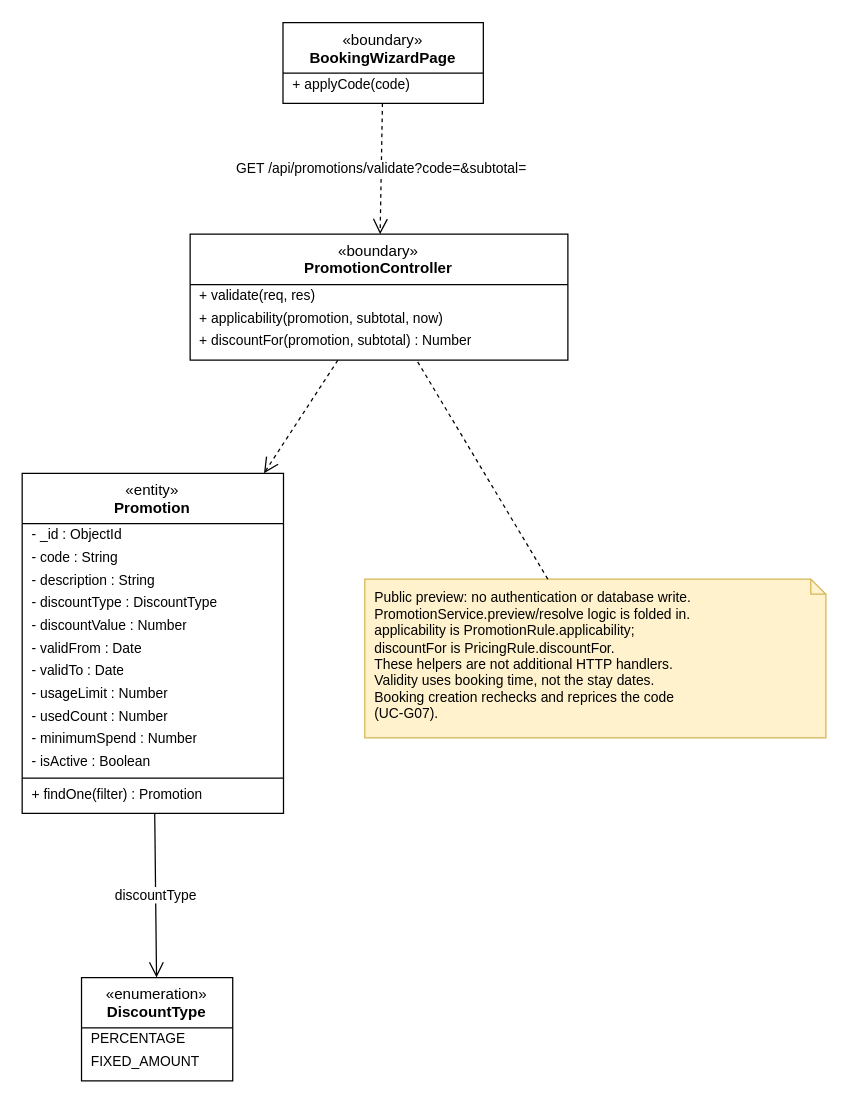
The draw.io diagram final/diagrams/M1_Inventory-And-Pricing_Diagrams/class_diagrams/CD-04_UC-G11_ApplyDiscountCode.drawio in toikobi401/SWD392, before the edit. Source tidied: cells renumbered, new cells numbered last; positions are measured from the earlier drawing's top-left corner, leaving out a move shared by most shapes. Both pictures are drawn from the tidied source at 126%, with x=0, y=0 at pixel (21, 21).
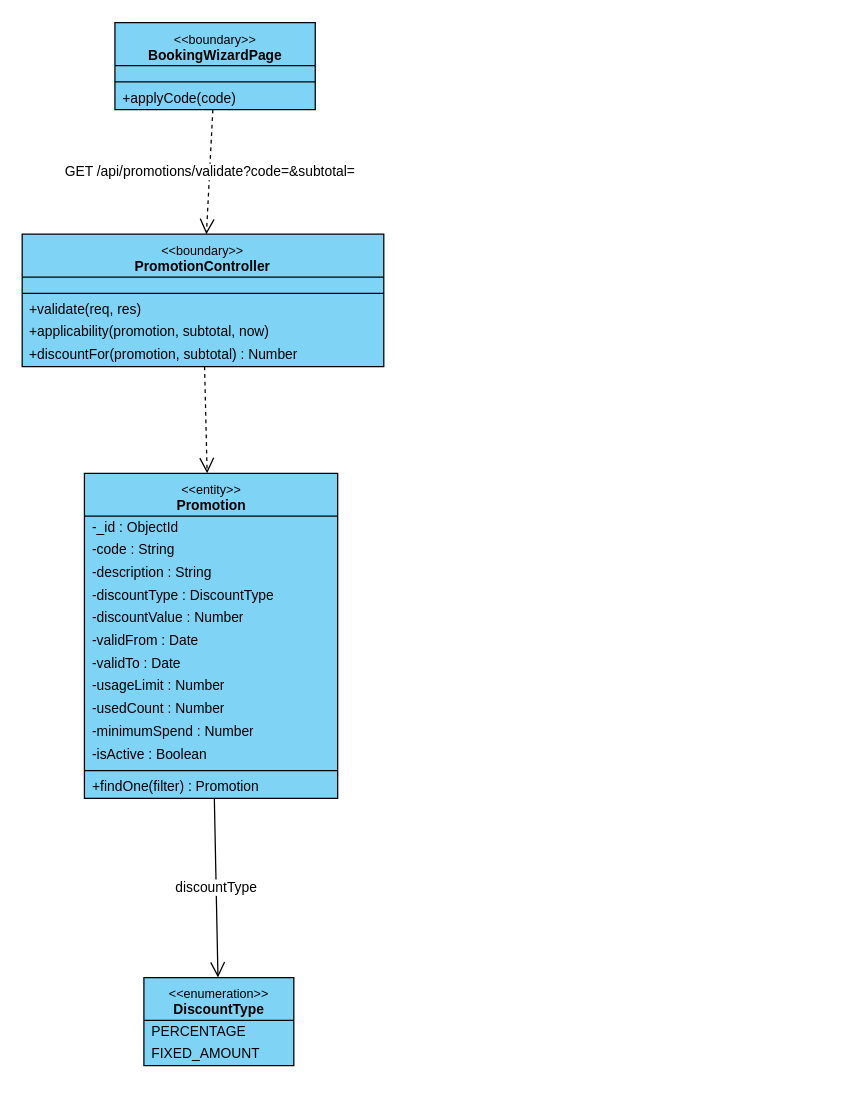
Above is the later version.

The edit, as a diff of the source:
```diff
@@
-    <mxCell id="2" value="«boundary»&lt;br&gt;&lt;b&gt;BookingWizardPage&lt;/b&gt;" style="swimlane;fontStyle=0;align=center;verticalAlign=top;horizontal=1;startSize=40;html=1;whiteSpace=wrap;fontSize=12;" parent="1" vertex="1">
-      <mxGeometry x="207.1" y="0.5" width="159" height="64" as="geometry" />
+    <mxCell id="2" value="&lt;font style=&quot;font-size:10px&quot;&gt;&amp;lt;&amp;lt;boundary&amp;gt;&amp;gt;&lt;/font&gt;&lt;br&gt;&lt;b&gt;BookingWizardPage&lt;/b&gt;" style="swimlane;fontStyle=0;align=center;verticalAlign=top;horizontal=1;startSize=34;html=1;whiteSpace=wrap;fontSize=11;fillColor=#7fd3f5;swimlaneFillColor=#7fd3f5;strokeColor=#000000;" parent="1" vertex="1">
+      <mxGeometry x="73.7" y="0.5" width="159" height="69" as="geometry" />
     </mxCell>
+    <mxCell id="30" style="text;strokeColor=none;fillColor=none;html=1;" parent="2" vertex="1">
+      <mxGeometry y="34" width="159" height="9" as="geometry" />
+    </mxCell>
+    <mxCell id="31" style="line;strokeWidth=1;fillColor=none;align=left;verticalAlign=middle;spacingTop=-1;spacingLeft=3;spacingRight=3;labelPosition=right;strokeColor=#000000;" parent="2" vertex="1">
+      <mxGeometry y="43" width="159" height="8" as="geometry" />
+    </mxCell>
-    <mxCell id="3" value="+ applyCode(code)" style="text;strokeColor=none;fillColor=none;align=left;verticalAlign=middle;spacingLeft=6;spacingRight=4;overflow=hidden;whiteSpace=nowrap;html=1;fontSize=11;" parent="2" vertex="1">
-      <mxGeometry y="40" width="159" height="18" as="geometry" />
+    <mxCell id="3" value="+applyCode(code)" style="text;strokeColor=none;fillColor=none;align=left;verticalAlign=middle;spacingLeft=4;spacingRight=4;overflow=hidden;whiteSpace=nowrap;html=1;fontSize=11;" parent="2" vertex="1">
+      <mxGeometry y="51" width="159" height="18" as="geometry" />
     </mxCell>
-    <mxCell id="4" value="«boundary»&lt;br&gt;&lt;b&gt;PromotionController&lt;/b&gt;" style="swimlane;fontStyle=0;align=center;verticalAlign=top;horizontal=1;startSize=40;html=1;whiteSpace=wrap;fontSize=12;" parent="1" vertex="1">
-      <mxGeometry x="133.4" y="168.4" width="299.8" height="100" as="geometry" />
+    <mxCell id="4" value="&lt;font style=&quot;font-size:10px&quot;&gt;&amp;lt;&amp;lt;boundary&amp;gt;&amp;gt;&lt;/font&gt;&lt;br&gt;&lt;b&gt;PromotionController&lt;/b&gt;" style="swimlane;fontStyle=0;align=center;verticalAlign=top;horizontal=1;startSize=34;html=1;whiteSpace=wrap;fontSize=11;fillColor=#7fd3f5;swimlaneFillColor=#7fd3f5;strokeColor=#000000;" parent="1" vertex="1">
+      <mxGeometry x="0.1" y="168.4" width="287" height="105" as="geometry" />
     </mxCell>
+    <mxCell id="32" style="text;strokeColor=none;fillColor=none;html=1;" parent="4" vertex="1">
+      <mxGeometry y="34" width="287" height="9" as="geometry" />
+    </mxCell>
+    <mxCell id="33" style="line;strokeWidth=1;fillColor=none;align=left;verticalAlign=middle;spacingTop=-1;spacingLeft=3;spacingRight=3;labelPosition=right;strokeColor=#000000;" parent="4" vertex="1">
+      <mxGeometry y="43" width="287" height="8" as="geometry" />
+    </mxCell>
-    <mxCell id="5" value="+ validate(req, res)" style="text;strokeColor=none;fillColor=none;align=left;verticalAlign=middle;spacingLeft=6;spacingRight=4;overflow=hidden;whiteSpace=nowrap;html=1;fontSize=11;" parent="4" vertex="1">
-      <mxGeometry y="40" width="299.8" height="18" as="geometry" />
+    <mxCell id="5" value="+validate(req, res)" style="text;strokeColor=none;fillColor=none;align=left;verticalAlign=middle;spacingLeft=4;spacingRight=4;overflow=hidden;whiteSpace=nowrap;html=1;fontSize=11;" parent="4" vertex="1">
+      <mxGeometry y="51" width="287" height="18" as="geometry" />
     </mxCell>
-    <mxCell id="6" value="+ applicability(promotion, subtotal, now)" style="text;strokeColor=none;fillColor=none;align=left;verticalAlign=middle;spacingLeft=6;spacingRight=4;overflow=hidden;whiteSpace=nowrap;html=1;fontSize=11;" parent="4" vertex="1">
-      <mxGeometry y="58" width="299.8" height="18" as="geometry" />
+    <mxCell id="6" value="+applicability(promotion, subtotal, now)" style="text;strokeColor=none;fillColor=none;align=left;verticalAlign=middle;spacingLeft=4;spacingRight=4;overflow=hidden;whiteSpace=nowrap;html=1;fontSize=11;" parent="4" vertex="1">
+      <mxGeometry y="69" width="287" height="18" as="geometry" />
     </mxCell>
-    <mxCell id="7" value="+ discountFor(promotion, subtotal) : Number" style="text;strokeColor=none;fillColor=none;align=left;verticalAlign=middle;spacingLeft=6;spacingRight=4;overflow=hidden;whiteSpace=nowrap;html=1;fontSize=11;" parent="4" vertex="1">
-      <mxGeometry y="76" width="299.8" height="18" as="geometry" />
+    <mxCell id="7" value="+discountFor(promotion, subtotal) : Number" style="text;strokeColor=none;fillColor=none;align=left;verticalAlign=middle;spacingLeft=4;spacingRight=4;overflow=hidden;whiteSpace=nowrap;html=1;fontSize=11;" parent="4" vertex="1">
+      <mxGeometry y="87" width="287" height="18" as="geometry" />
     </mxCell>
-    <mxCell id="8" value="«entity»&lt;br&gt;&lt;b&gt;Promotion&lt;/b&gt;" style="swimlane;fontStyle=0;align=center;verticalAlign=top;horizontal=1;startSize=40;html=1;whiteSpace=wrap;fontSize=12;" parent="1" vertex="1">
-      <mxGeometry x="0.1" y="358.1" width="207.4" height="270" as="geometry" />
+    <mxCell id="8" value="&lt;font style=&quot;font-size:10px&quot;&gt;&amp;lt;&amp;lt;entity&amp;gt;&amp;gt;&lt;/font&gt;&lt;br&gt;&lt;b&gt;Promotion&lt;/b&gt;" style="swimlane;fontStyle=0;align=center;verticalAlign=top;horizontal=1;startSize=34;html=1;whiteSpace=wrap;fontSize=11;fillColor=#7fd3f5;swimlaneFillColor=#7fd3f5;strokeColor=#000000;" parent="1" vertex="1">
+      <mxGeometry x="49.5" y="358.1" width="201" height="258" as="geometry" />
     </mxCell>
-    <mxCell id="9" value="- _id : ObjectId" style="text;strokeColor=none;fillColor=none;align=left;verticalAlign=middle;spacingLeft=6;spacingRight=4;overflow=hidden;whiteSpace=nowrap;html=1;fontSize=11;" parent="8" vertex="1">
-      <mxGeometry y="40" width="207.4" height="18" as="geometry" />
+    <mxCell id="9" value="-_id : ObjectId" style="text;strokeColor=none;fillColor=none;align=left;verticalAlign=middle;spacingLeft=4;spacingRight=4;overflow=hidden;whiteSpace=nowrap;html=1;fontSize=11;" parent="8" vertex="1">
+      <mxGeometry y="34" width="201" height="18" as="geometry" />
     </mxCell>
-    <mxCell id="10" value="- code : String" style="text;strokeColor=none;fillColor=none;align=left;verticalAlign=middle;spacingLeft=6;spacingRight=4;overflow=hidden;whiteSpace=nowrap;html=1;fontSize=11;" parent="8" vertex="1">
-      <mxGeometry y="58" width="207.4" height="18" as="geometry" />
+    <mxCell id="10" value="-code : String" style="text;strokeColor=none;fillColor=none;align=left;verticalAlign=middle;spacingLeft=4;spacingRight=4;overflow=hidden;whiteSpace=nowrap;html=1;fontSize=11;" parent="8" vertex="1">
+      <mxGeometry y="52" width="201" height="18" as="geometry" />
     </mxCell>
-    <mxCell id="11" value="- description : String" style="text;strokeColor=none;fillColor=none;align=left;verticalAlign=middle;spacingLeft=6;spacingRight=4;overflow=hidden;whiteSpace=nowrap;html=1;fontSize=11;" parent="8" vertex="1">
-      <mxGeometry y="76" width="207.4" height="18" as="geometry" />
+    <mxCell id="11" value="-description : String" style="text;strokeColor=none;fillColor=none;align=left;verticalAlign=middle;spacingLeft=4;spacingRight=4;overflow=hidden;whiteSpace=nowrap;html=1;fontSize=11;" parent="8" vertex="1">
+      <mxGeometry y="70" width="201" height="18" as="geometry" />
     </mxCell>
-    <mxCell id="12" value="- discountType : DiscountType" style="text;strokeColor=none;fillColor=none;align=left;verticalAlign=middle;spacingLeft=6;spacingRight=4;overflow=hidden;whiteSpace=nowrap;html=1;fontSize=11;" parent="8" vertex="1">
-      <mxGeometry y="94" width="207.4" height="18" as="geometry" />
+    <mxCell id="12" value="-discountType : DiscountType" style="text;strokeColor=none;fillColor=none;align=left;verticalAlign=middle;spacingLeft=4;spacingRight=4;overflow=hidden;whiteSpace=nowrap;html=1;fontSize=11;" parent="8" vertex="1">
+      <mxGeometry y="88" width="201" height="18" as="geometry" />
     </mxCell>
-    <mxCell id="13" value="- discountValue : Number" style="text;strokeColor=none;fillColor=none;align=left;verticalAlign=middle;spacingLeft=6;spacingRight=4;overflow=hidden;whiteSpace=nowrap;html=1;fontSize=11;" parent="8" vertex="1">
-      <mxGeometry y="112" width="207.4" height="18" as="geometry" />
+    <mxCell id="13" value="-discountValue : Number" style="text;strokeColor=none;fillColor=none;align=left;verticalAlign=middle;spacingLeft=4;spacingRight=4;overflow=hidden;whiteSpace=nowrap;html=1;fontSize=11;" parent="8" vertex="1">
+      <mxGeometry y="106" width="201" height="18" as="geometry" />
     </mxCell>
-    <mxCell id="14" value="- validFrom : Date" style="text;strokeColor=none;fillColor=none;align=left;verticalAlign=middle;spacingLeft=6;spacingRight=4;overflow=hidden;whiteSpace=nowrap;html=1;fontSize=11;" parent="8" vertex="1">
-      <mxGeometry y="130" width="207.4" height="18" as="geometry" />
+    <mxCell id="14" value="-validFrom : Date" style="text;strokeColor=none;fillColor=none;align=left;verticalAlign=middle;spacingLeft=4;spacingRight=4;overflow=hidden;whiteSpace=nowrap;html=1;fontSize=11;" parent="8" vertex="1">
+      <mxGeometry y="124" width="201" height="18" as="geometry" />
     </mxCell>
-    <mxCell id="15" value="- validTo : Date" style="text;strokeColor=none;fillColor=none;align=left;verticalAlign=middle;spacingLeft=6;spacingRight=4;overflow=hidden;whiteSpace=nowrap;html=1;fontSize=11;" parent="8" vertex="1">
-      <mxGeometry y="148" width="207.4" height="18" as="geometry" />
+    <mxCell id="15" value="-validTo : Date" style="text;strokeColor=none;fillColor=none;align=left;verticalAlign=middle;spacingLeft=4;spacingRight=4;overflow=hidden;whiteSpace=nowrap;html=1;fontSize=11;" parent="8" vertex="1">
+      <mxGeometry y="142" width="201" height="18" as="geometry" />
     </mxCell>
-    <mxCell id="16" value="- usageLimit : Number" style="text;strokeColor=none;fillColor=none;align=left;verticalAlign=middle;spacingLeft=6;spacingRight=4;overflow=hidden;whiteSpace=nowrap;html=1;fontSize=11;" parent="8" vertex="1">
-      <mxGeometry y="166" width="207.4" height="18" as="geometry" />
+    <mxCell id="16" value="-usageLimit : Number" style="text;strokeColor=none;fillColor=none;align=left;verticalAlign=middle;spacingLeft=4;spacingRight=4;overflow=hidden;whiteSpace=nowrap;html=1;fontSize=11;" parent="8" vertex="1">
+      <mxGeometry y="160" width="201" height="18" as="geometry" />
     </mxCell>
-    <mxCell id="17" value="- usedCount : Number" style="text;strokeColor=none;fillColor=none;align=left;verticalAlign=middle;spacingLeft=6;spacingRight=4;overflow=hidden;whiteSpace=nowrap;html=1;fontSize=11;" parent="8" vertex="1">
-      <mxGeometry y="184" width="207.4" height="18" as="geometry" />
+    <mxCell id="17" value="-usedCount : Number" style="text;strokeColor=none;fillColor=none;align=left;verticalAlign=middle;spacingLeft=4;spacingRight=4;overflow=hidden;whiteSpace=nowrap;html=1;fontSize=11;" parent="8" vertex="1">
+      <mxGeometry y="178" width="201" height="18" as="geometry" />
     </mxCell>
-    <mxCell id="18" value="- minimumSpend : Number" style="text;strokeColor=none;fillColor=none;align=left;verticalAlign=middle;spacingLeft=6;spacingRight=4;overflow=hidden;whiteSpace=nowrap;html=1;fontSize=11;" parent="8" vertex="1">
-      <mxGeometry y="202" width="207.4" height="18" as="geometry" />
+    <mxCell id="18" value="-minimumSpend : Number" style="text;strokeColor=none;fillColor=none;align=left;verticalAlign=middle;spacingLeft=4;spacingRight=4;overflow=hidden;whiteSpace=nowrap;html=1;fontSize=11;" parent="8" vertex="1">
+      <mxGeometry y="196" width="201" height="18" as="geometry" />
     </mxCell>
-    <mxCell id="19" value="- isActive : Boolean" style="text;strokeColor=none;fillColor=none;align=left;verticalAlign=middle;spacingLeft=6;spacingRight=4;overflow=hidden;whiteSpace=nowrap;html=1;fontSize=11;" parent="8" vertex="1">
-      <mxGeometry y="220" width="207.4" height="18" as="geometry" />
+    <mxCell id="19" value="-isActive : Boolean" style="text;strokeColor=none;fillColor=none;align=left;verticalAlign=middle;spacingLeft=4;spacingRight=4;overflow=hidden;whiteSpace=nowrap;html=1;fontSize=11;" parent="8" vertex="1">
+      <mxGeometry y="214" width="201" height="18" as="geometry" />
     </mxCell>
-    <mxCell id="20" style="line;strokeWidth=1;fillColor=none;align=left;verticalAlign=middle;spacingTop=-1;spacingLeft=3;spacingRight=3;labelPosition=right;strokeColor=inherit;" parent="8" vertex="1">
-      <mxGeometry y="238" width="207.4" height="8" as="geometry" />
+    <mxCell id="20" style="line;strokeWidth=1;fillColor=none;align=left;verticalAlign=middle;spacingTop=-1;spacingLeft=3;spacingRight=3;labelPosition=right;strokeColor=#000000;" parent="8" vertex="1">
+      <mxGeometry y="232" width="201" height="8" as="geometry" />
     </mxCell>
-    <mxCell id="21" value="+ findOne(filter) : Promotion" style="text;strokeColor=none;fillColor=none;align=left;verticalAlign=middle;spacingLeft=6;spacingRight=4;overflow=hidden;whiteSpace=nowrap;html=1;fontSize=11;" parent="8" vertex="1">
-      <mxGeometry y="246" width="207.4" height="18" as="geometry" />
+    <mxCell id="21" value="+findOne(filter) : Promotion" style="text;strokeColor=none;fillColor=none;align=left;verticalAlign=middle;spacingLeft=4;spacingRight=4;overflow=hidden;whiteSpace=nowrap;html=1;fontSize=11;" parent="8" vertex="1">
+      <mxGeometry y="240" width="201" height="18" as="geometry" />
     </mxCell>
-    <mxCell id="22" value="«enumeration»&lt;br&gt;&lt;b&gt;DiscountType&lt;/b&gt;" style="swimlane;fontStyle=0;align=center;verticalAlign=top;horizontal=1;startSize=40;html=1;whiteSpace=wrap;fontSize=12;" parent="1" vertex="1">
-      <mxGeometry x="47.2" y="758.3" width="120" height="82" as="geometry" />
+    <mxCell id="22" value="&lt;font style=&quot;font-size:10px&quot;&gt;&amp;lt;&amp;lt;enumeration&amp;gt;&amp;gt;&lt;/font&gt;&lt;br&gt;&lt;b&gt;DiscountType&lt;/b&gt;" style="swimlane;fontStyle=0;align=center;verticalAlign=top;horizontal=1;startSize=34;html=1;whiteSpace=wrap;fontSize=11;fillColor=#7fd3f5;swimlaneFillColor=#7fd3f5;strokeColor=#000000;" parent="1" vertex="1">
+      <mxGeometry x="96.7" y="758.3" width="119" height="70" as="geometry" />
     </mxCell>
-    <mxCell id="23" value="PERCENTAGE" style="text;strokeColor=none;fillColor=none;align=left;verticalAlign=middle;spacingLeft=6;spacingRight=4;overflow=hidden;whiteSpace=nowrap;html=1;fontSize=11;" parent="22" vertex="1">
-      <mxGeometry y="40" width="120" height="18" as="geometry" />
+    <mxCell id="23" value="PERCENTAGE" style="text;strokeColor=none;fillColor=none;align=left;verticalAlign=middle;spacingLeft=4;spacingRight=4;overflow=hidden;whiteSpace=nowrap;html=1;fontSize=11;" parent="22" vertex="1">
+      <mxGeometry y="34" width="119" height="18" as="geometry" />
     </mxCell>
-    <mxCell id="24" value="FIXED_AMOUNT" style="text;strokeColor=none;fillColor=none;align=left;verticalAlign=middle;spacingLeft=6;spacingRight=4;overflow=hidden;whiteSpace=nowrap;html=1;fontSize=11;" parent="22" vertex="1">
-      <mxGeometry y="58" width="120" height="18" as="geometry" />
+    <mxCell id="24" value="FIXED_AMOUNT" style="text;strokeColor=none;fillColor=none;align=left;verticalAlign=middle;spacingLeft=4;spacingRight=4;overflow=hidden;whiteSpace=nowrap;html=1;fontSize=11;" parent="22" vertex="1">
+      <mxGeometry y="52" width="119" height="18" as="geometry" />
     </mxCell>
-    <mxCell id="25" value="Public preview: no authentication or database write.&lt;br&gt;PromotionService.preview/resolve logic is folded in.&lt;br&gt;applicability is PromotionRule.applicability;&lt;br&gt;discountFor is PricingRule.discountFor.&lt;br&gt;These helpers are not additional HTTP handlers.&lt;br&gt;Validity uses booking time, not the stay dates.&lt;br&gt;Booking creation rechecks and reprices the code&lt;br&gt;(UC-G07)." style="shape=note;whiteSpace=wrap;html=1;size=12;align=left;verticalAlign=top;spacingLeft=6;spacingTop=2;fontSize=11;fillColor=#fff2cc;strokeColor=#d6b656;" parent="1" vertex="1">
-      <mxGeometry x="272" y="442.1" width="366" height="126" as="geometry" />
-    </mxCell>
-    <mxCell id="26" style="endArrow=none;dashed=1;html=1;rounded=0;" parent="1" edge="1" source="25" target="4">
-      <mxGeometry relative="1" as="geometry" />
-    </mxCell>
```
